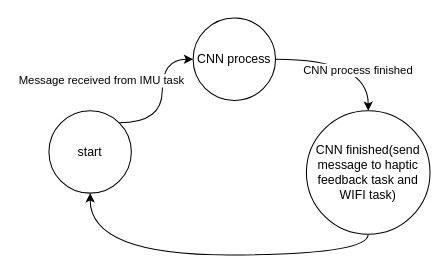
Earlier version of the draw.io diagram CNN.drawio (ese5160/final-project-a07g-a14g-t17-circuitbreaker). Source tidied: cells renumbered, new cells numbered last; positions are measured from the earlier drawing's top-left corner, leaving out a move shared by most shapes. Both pictures are drawn from the tidied source at 103%, with x=0, y=0 at pixel (48, 18).
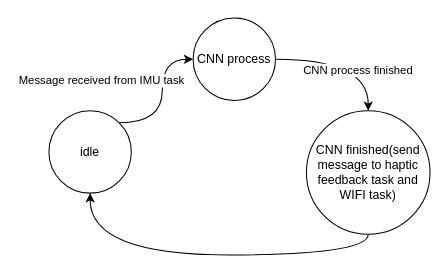
The same page after the edit.

Diff of the diagram source:
```diff
@@
 <mxGraphModel>
   <root>
     <mxCell id="0" />
     <mxCell id="1" parent="0" />
     <mxCell id="2" style="edgeStyle=orthogonalEdgeStyle;rounded=0;jettySize=auto;html=1;exitX=1;exitY=0;exitDx=0;exitDy=0;entryX=0;entryY=0.5;entryDx=0;entryDy=0;curved=1;" parent="1" edge="1" source="4" target="7">
       <mxGeometry relative="1" as="geometry" />
     </mxCell>
     <mxCell id="3" value="Message received from IMU task" style="edgeLabel;html=1;align=center;verticalAlign=middle;" parent="2" vertex="1">
       <mxGeometry x="-0.02" y="1" relative="1" as="geometry">
         <mxPoint x="-59" y="-18" as="offset" />
       </mxGeometry>
     </mxCell>
-    <mxCell id="4" value="start" style="ellipse;whiteSpace=wrap;html=1;" parent="1" vertex="1">
+    <mxCell id="4" value="idle" style="ellipse;whiteSpace=wrap;html=1;" parent="1" vertex="1">
       <mxGeometry y="90" width="80" height="80" as="geometry" />
     </mxCell>
     <mxCell id="5" style="edgeStyle=orthogonalEdgeStyle;rounded=0;jettySize=auto;html=1;exitX=1;exitY=0.5;exitDx=0;exitDy=0;entryX=0.5;entryY=0;entryDx=0;entryDy=0;curved=1;" parent="1" edge="1" source="7" target="9">
       <mxGeometry relative="1" as="geometry" />
     </mxCell>
     <mxCell id="6" value="CNN process finished" style="edgeLabel;html=1;align=center;verticalAlign=middle;" parent="5" vertex="1">
       <mxGeometry x="-0.07" y="1" relative="1" as="geometry">
         <mxPoint x="14" y="11" as="offset" />
       </mxGeometry>
     </mxCell>
     <mxCell id="7" value="CNN process" style="ellipse;whiteSpace=wrap;html=1;" parent="1" vertex="1">
       <mxGeometry x="140" width="80" height="80" as="geometry" />
     </mxCell>
     <mxCell id="8" style="edgeStyle=orthogonalEdgeStyle;rounded=0;jettySize=auto;html=1;exitX=0.5;exitY=1;exitDx=0;exitDy=0;entryX=0.5;entryY=1;entryDx=0;entryDy=0;curved=1;" parent="1" edge="1" source="9" target="4">
       <mxGeometry relative="1" as="geometry" />
     </mxCell>
     <mxCell id="9" value="CNN finished(send message to haptic feedback task and WIFI task)" style="ellipse;whiteSpace=wrap;html=1;" parent="1" vertex="1">
       <mxGeometry x="250" y="90" width="120" height="120" as="geometry" />
     </mxCell>
   </root>
 </mxGraphModel>
```
